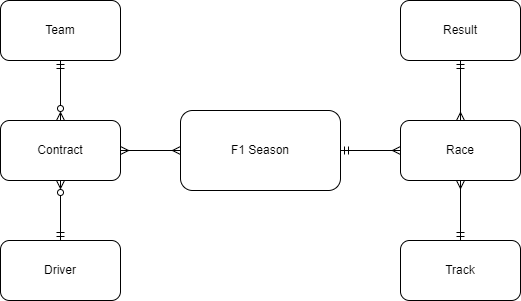
Earlier version of the draw.io export Blok 7 + 8/4. Entity Relationship Diagram (ERD)/ERD/ERD.png (RicardoFroeliger/DaVinci-Year-2). Source tidied: cells renumbered, new cells last; positions are measured from the earlier drawing's top-left corner, leaving out a move shared by most shapes.
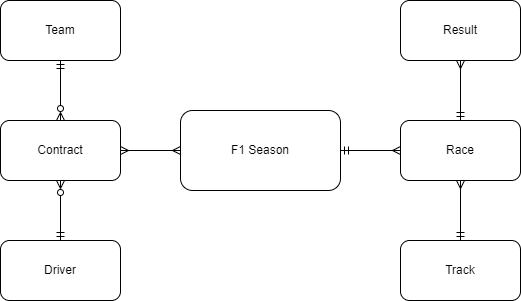
The same file after the commit.

Commit message:
Fixed incorrect relation between race & result in ERD

Change to the diagram source:
```diff
@@ -38,7 +38,7 @@
     <mxCell id="13" value="Result&lt;br&gt;" style="rounded=1;whiteSpace=wrap;html=1;" parent="1" vertex="1">
       <mxGeometry x="400" width="120" height="60" as="geometry" />
     </mxCell>
-    <mxCell id="14" style="endArrow=ERmandOne;html=1;rounded=0;strokeWidth=1;exitX=0.5;exitY=0;exitDx=0;exitDy=0;entryX=0.5;entryY=1;entryDx=0;entryDy=0;endFill=0;startArrow=ERmany;startFill=0;" parent="1" edge="1" source="4" target="13">
+    <mxCell id="14" style="endArrow=ERmany;html=1;rounded=0;strokeWidth=1;exitX=0.5;exitY=0;exitDx=0;exitDy=0;entryX=0.5;entryY=1;entryDx=0;entryDy=0;endFill=0;startArrow=ERmandOne;startFill=0;" parent="1" edge="1" source="4" target="13">
       <mxGeometry relative="1" as="geometry" />
     </mxCell>
   </root>
```
